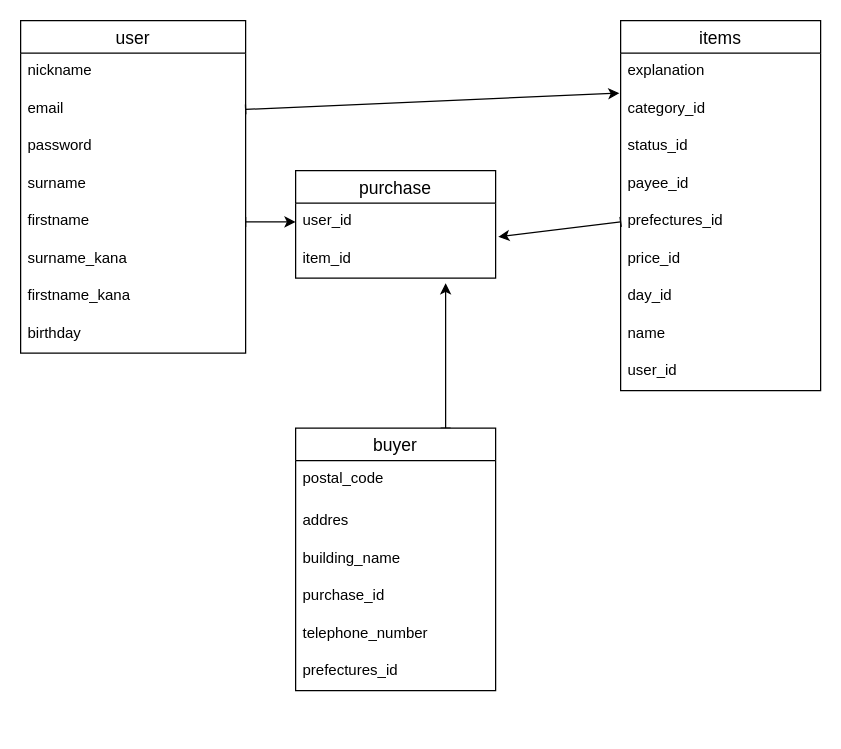
Above: test.dio in toto-maru009/furima-38611 (draw.io), before the change. Source tidied: cells renumbered, new cells numbered last; positions are measured from the earlier drawing's top-left corner, leaving out a move shared by most shapes. Both pictures are drawn from the tidied source at 125%, with x=0, y=0 at pixel (20, 20).
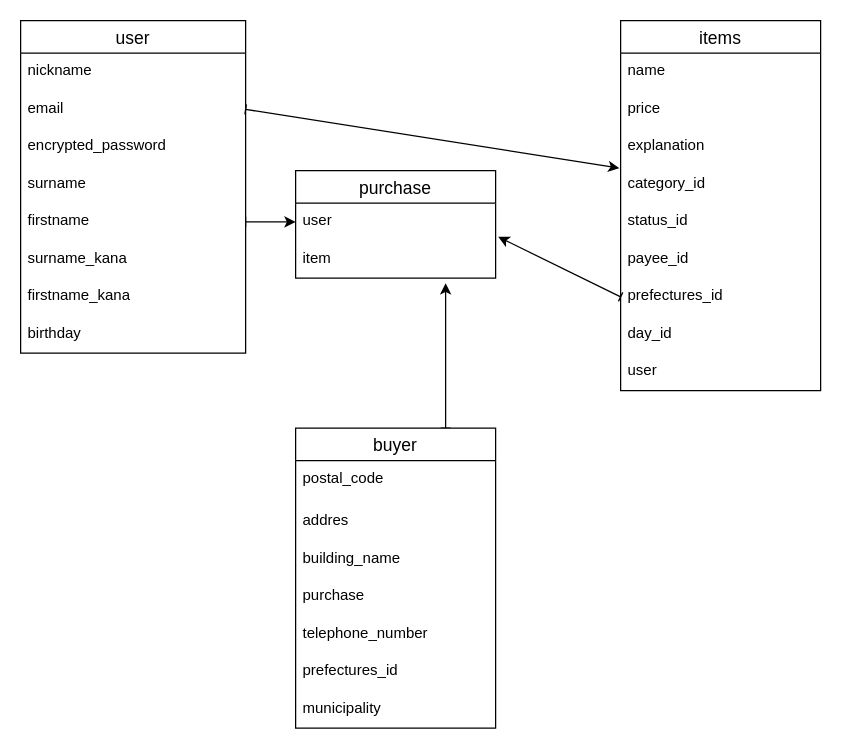
The same diagram, later.

The change refers to these unchanged cells:
```xml
<mxCell id="2" value="user" style="swimlane;fontStyle=0;horizontal=1;startSize=26;align=center;fontSize=14;" parent="1" vertex="1">
  <mxGeometry width="180" height="266" as="geometry" />
</mxCell>
<mxCell id="11" value="items" style="swimlane;fontStyle=0;horizontal=1;startSize=26;align=center;fontSize=14;" parent="1" vertex="1">
  <mxGeometry x="480" width="160" height="296" as="geometry" />
</mxCell>
<mxCell id="29" value="purchase" style="swimlane;fontStyle=0;horizontal=1;startSize=26;align=center;fontSize=14;" parent="1" vertex="1">
  <mxGeometry x="220" y="120" width="160" height="86" as="geometry" />
</mxCell>
```

The edit, as a diff of the source:
```diff
@@
-    <mxCell id="5" value="password" style="text;strokeColor=none;fillColor=none;spacingLeft=4;spacingRight=4;overflow=hidden;fontSize=12;" parent="2" vertex="1">
+    <mxCell id="5" value="encrypted_password" style="text;strokeColor=none;fillColor=none;spacingLeft=4;spacingRight=4;overflow=hidden;fontSize=12;" parent="2" vertex="1">
       <mxGeometry y="86" width="180" height="30" as="geometry" />
     </mxCell>
@@
+    <mxCell id="19" value="name" style="text;strokeColor=none;fillColor=none;spacingLeft=4;spacingRight=4;overflow=hidden;fontSize=12;" parent="11" vertex="1">
+      <mxGeometry y="26" width="160" height="30" as="geometry" />
+    </mxCell>
+    <mxCell id="17" value="price" style="text;strokeColor=none;fillColor=none;spacingLeft=4;spacingRight=4;overflow=hidden;fontSize=12;" parent="11" vertex="1">
+      <mxGeometry y="56" width="160" height="30" as="geometry" />
+    </mxCell>
     <mxCell id="12" value="explanation" style="text;strokeColor=none;fillColor=none;spacingLeft=4;spacingRight=4;overflow=hidden;fontSize=12;" parent="11" vertex="1">
-      <mxGeometry y="26" width="160" height="30" as="geometry" />
+      <mxGeometry y="86" width="160" height="30" as="geometry" />
     </mxCell>
     <mxCell id="13" value="category_id&#10;" style="text;strokeColor=none;fillColor=none;spacingLeft=4;spacingRight=4;overflow=hidden;points=[[0,0.5],[1,0.5]];portConstraint=eastwest;fontSize=12;" parent="11" vertex="1">
-      <mxGeometry y="56" width="160" height="30" as="geometry" />
+      <mxGeometry y="116" width="160" height="30" as="geometry" />
     </mxCell>
     <mxCell id="14" value="status_id" style="text;strokeColor=none;fillColor=none;spacingLeft=4;spacingRight=4;overflow=hidden;fontSize=12;" parent="11" vertex="1">
-      <mxGeometry y="86" width="160" height="30" as="geometry" />
+      <mxGeometry y="146" width="160" height="30" as="geometry" />
     </mxCell>
     <mxCell id="15" value="payee_id" style="text;strokeColor=none;fillColor=none;spacingLeft=4;spacingRight=4;overflow=hidden;fontSize=12;" parent="11" vertex="1">
-      <mxGeometry y="116" width="160" height="30" as="geometry" />
+      <mxGeometry y="176" width="160" height="30" as="geometry" />
     </mxCell>
     <mxCell id="16" value="prefectures_id&#10;" style="text;strokeColor=none;fillColor=none;spacingLeft=4;spacingRight=4;overflow=hidden;points=[[0,0.5],[1,0.5]];portConstraint=eastwest;fontSize=12;" parent="11" vertex="1">
-      <mxGeometry y="146" width="160" height="30" as="geometry" />
+      <mxGeometry y="206" width="160" height="30" as="geometry" />
     </mxCell>
-    <mxCell id="17" value="price_id" style="text;strokeColor=none;fillColor=none;spacingLeft=4;spacingRight=4;overflow=hidden;fontSize=12;" parent="11" vertex="1">
-      <mxGeometry y="176" width="160" height="30" as="geometry" />
-    </mxCell>
     <mxCell id="18" value="day_id" style="text;strokeColor=none;fillColor=none;spacingLeft=4;spacingRight=4;overflow=hidden;fontSize=12;" parent="11" vertex="1">
-      <mxGeometry y="206" width="160" height="30" as="geometry" />
+      <mxGeometry y="236" width="160" height="30" as="geometry" />
     </mxCell>
-    <mxCell id="19" value="name" style="text;strokeColor=none;fillColor=none;spacingLeft=4;spacingRight=4;overflow=hidden;fontSize=12;" parent="11" vertex="1">
-      <mxGeometry y="236" width="160" height="30" as="geometry" />
-    </mxCell>
-    <mxCell id="20" value="user_id" style="text;strokeColor=none;fillColor=none;spacingLeft=4;spacingRight=4;overflow=hidden;fontSize=12;" parent="11" vertex="1">
+    <mxCell id="20" value="user" style="text;strokeColor=none;fillColor=none;spacingLeft=4;spacingRight=4;overflow=hidden;fontSize=12;" parent="11" vertex="1">
       <mxGeometry y="266" width="160" height="30" as="geometry" />
     </mxCell>
@@
     <mxCell id="22" value="buyer" style="swimlane;fontStyle=0;horizontal=1;startSize=26;align=center;fontSize=14;" parent="1" vertex="1">
-      <mxGeometry x="220" y="326" width="160" height="210" as="geometry" />
+      <mxGeometry x="220" y="326" width="160" height="240" as="geometry" />
     </mxCell>
@@
-    <mxCell id="26" value="purchase_id" style="text;strokeColor=none;fillColor=none;spacingLeft=4;spacingRight=4;overflow=hidden;fontSize=12;" parent="22" vertex="1">
+    <mxCell id="26" value="purchase" style="text;strokeColor=none;fillColor=none;spacingLeft=4;spacingRight=4;overflow=hidden;fontSize=12;" parent="22" vertex="1">
       <mxGeometry y="120" width="160" height="30" as="geometry" />
     </mxCell>
@@
+    <mxCell id="35" value="municipality" style="text;strokeColor=none;fillColor=none;spacingLeft=4;spacingRight=4;overflow=hidden;fontSize=12;" parent="22" vertex="1">
+      <mxGeometry y="210" width="160" height="30" as="geometry" />
+    </mxCell>
@@
-    <mxCell id="30" value="user_id" style="text;strokeColor=none;fillColor=none;spacingLeft=4;spacingRight=4;overflow=hidden;points=[[0,0.5],[1,0.5]];portConstraint=eastwest;fontSize=12;" parent="29" vertex="1">
+    <mxCell id="30" value="user" style="text;strokeColor=none;fillColor=none;spacingLeft=4;spacingRight=4;overflow=hidden;points=[[0,0.5],[1,0.5]];portConstraint=eastwest;fontSize=12;" parent="29" vertex="1">
       <mxGeometry y="26" width="160" height="30" as="geometry" />
     </mxCell>
-    <mxCell id="31" value="item_id" style="text;strokeColor=none;fillColor=none;spacingLeft=4;spacingRight=4;overflow=hidden;fontSize=12;" parent="29" vertex="1">
+    <mxCell id="31" value="item" style="text;strokeColor=none;fillColor=none;spacingLeft=4;spacingRight=4;overflow=hidden;fontSize=12;" parent="29" vertex="1">
       <mxGeometry y="56" width="160" height="30" as="geometry" />
     </mxCell>
```
